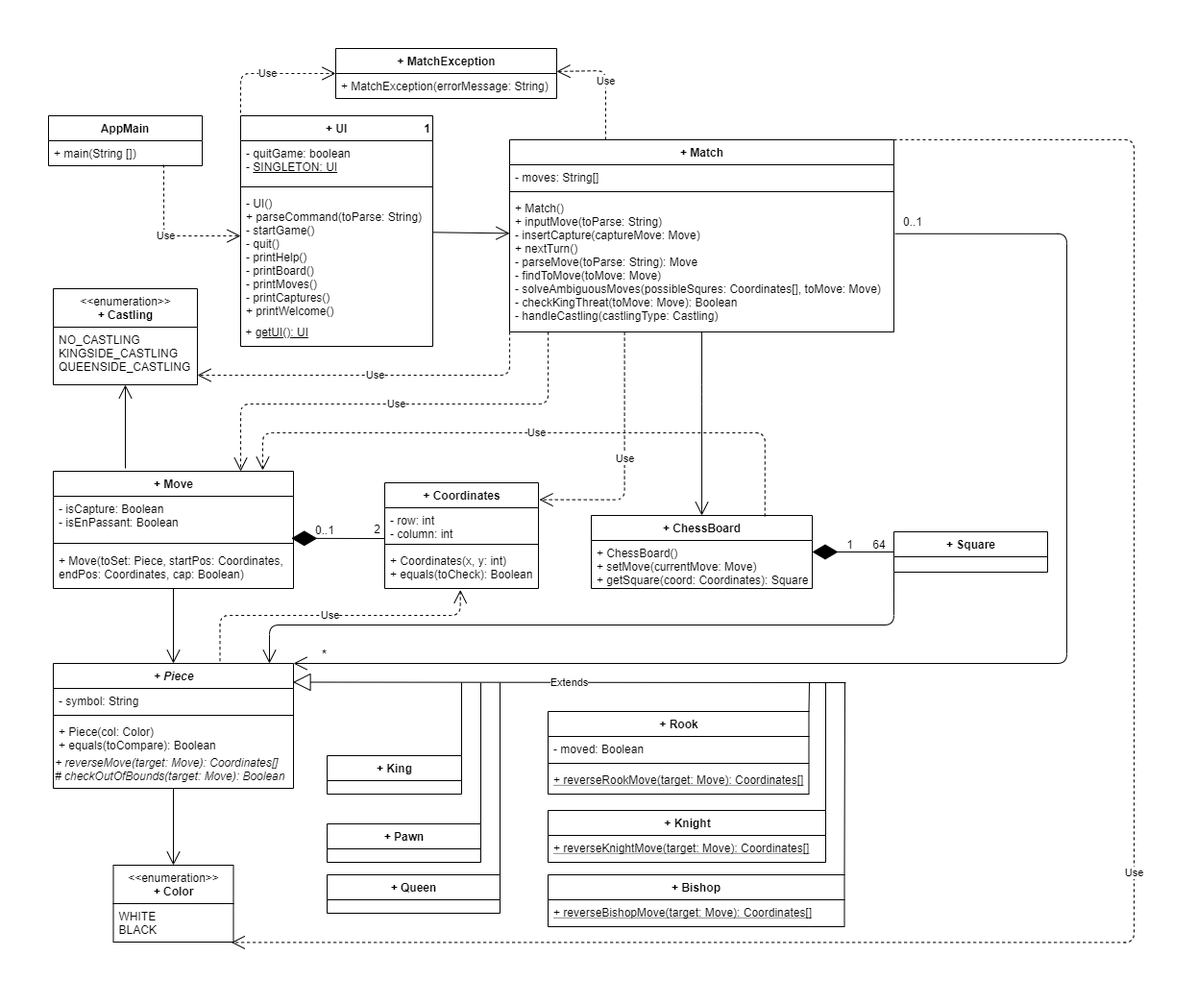
This is doc/drawings/diagramma_classi_prospettiva_software.png from SalvatoreTucci/progetto1920-lecun, a draw.io export, as it was before one commit. Source tidied: cells renumbered, new cells last; positions are measured from the earlier drawing's top-left corner, leaving out a move shared by most shapes.
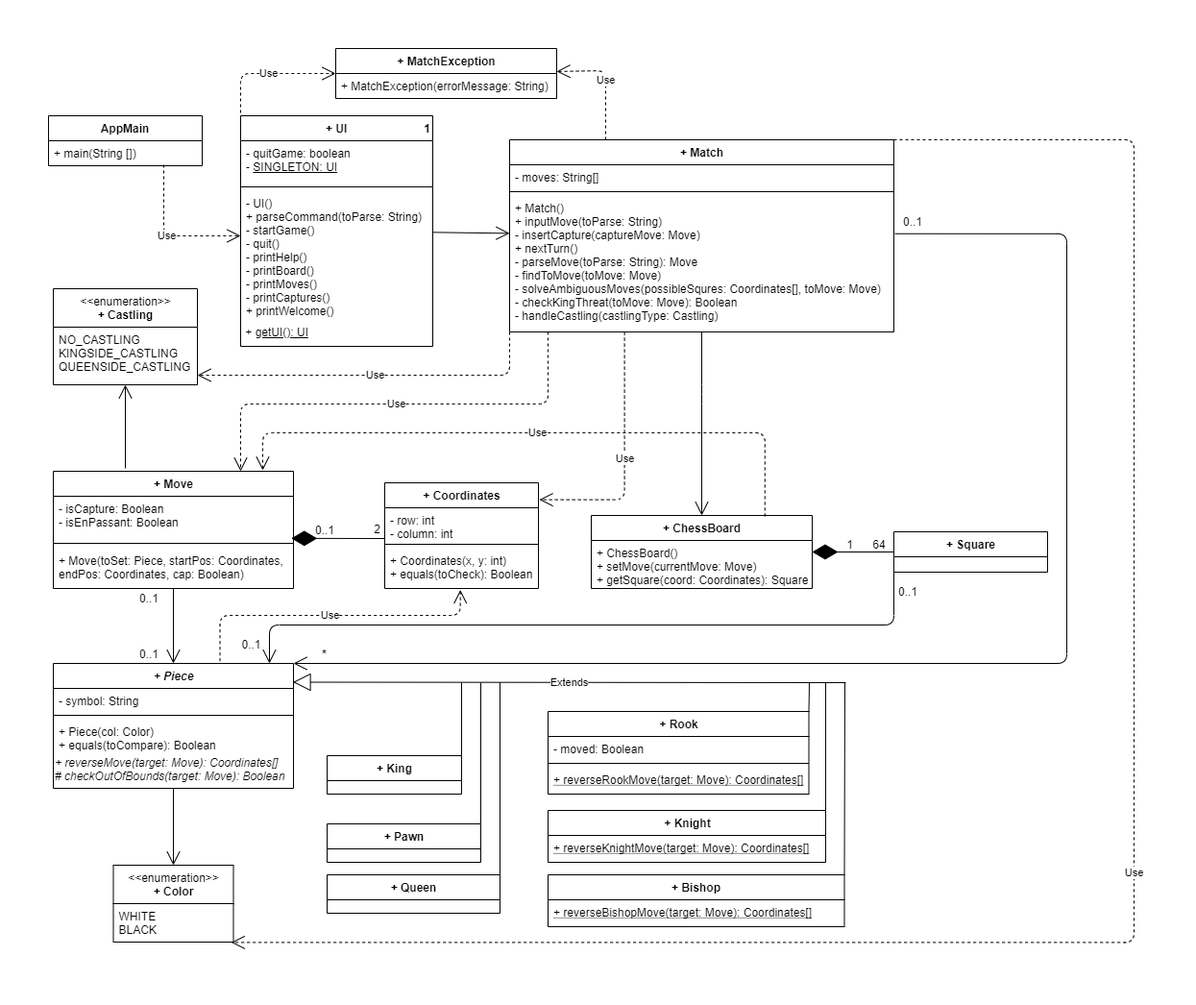
The same diagram one commit later.

Commit message:
Modifca la numerosita' di alcune associazioni

The edit, as a diff of the source:
```diff
@@ -298,5 +298,17 @@
         </Array>
       </mxGeometry>
     </mxCell>
+    <mxCell id="77" value="0..1" style="text;html=1;strokeColor=none;fillColor=none;align=center;verticalAlign=middle;whiteSpace=wrap;rounded=0;" parent="1" vertex="1">
+      <mxGeometry x="880" y="555" width="30" height="20" as="geometry" />
+    </mxCell>
+    <mxCell id="78" value="0..1" style="text;html=1;strokeColor=none;fillColor=none;align=center;verticalAlign=middle;whiteSpace=wrap;rounded=0;" parent="1" vertex="1">
+      <mxGeometry x="200" y="610" width="22.5" height="20" as="geometry" />
+    </mxCell>
+    <mxCell id="79" value="0..1" style="text;html=1;strokeColor=none;fillColor=none;align=center;verticalAlign=middle;whiteSpace=wrap;rounded=0;" parent="1" vertex="1">
+      <mxGeometry x="95" y="562" width="20" height="20" as="geometry" />
+    </mxCell>
+    <mxCell id="80" value="0..1" style="text;html=1;strokeColor=none;fillColor=none;align=center;verticalAlign=middle;whiteSpace=wrap;rounded=0;" parent="1" vertex="1">
+      <mxGeometry x="90" y="620" width="30" height="20" as="geometry" />
+    </mxCell>
   </root>
 </mxGraphModel>
```
